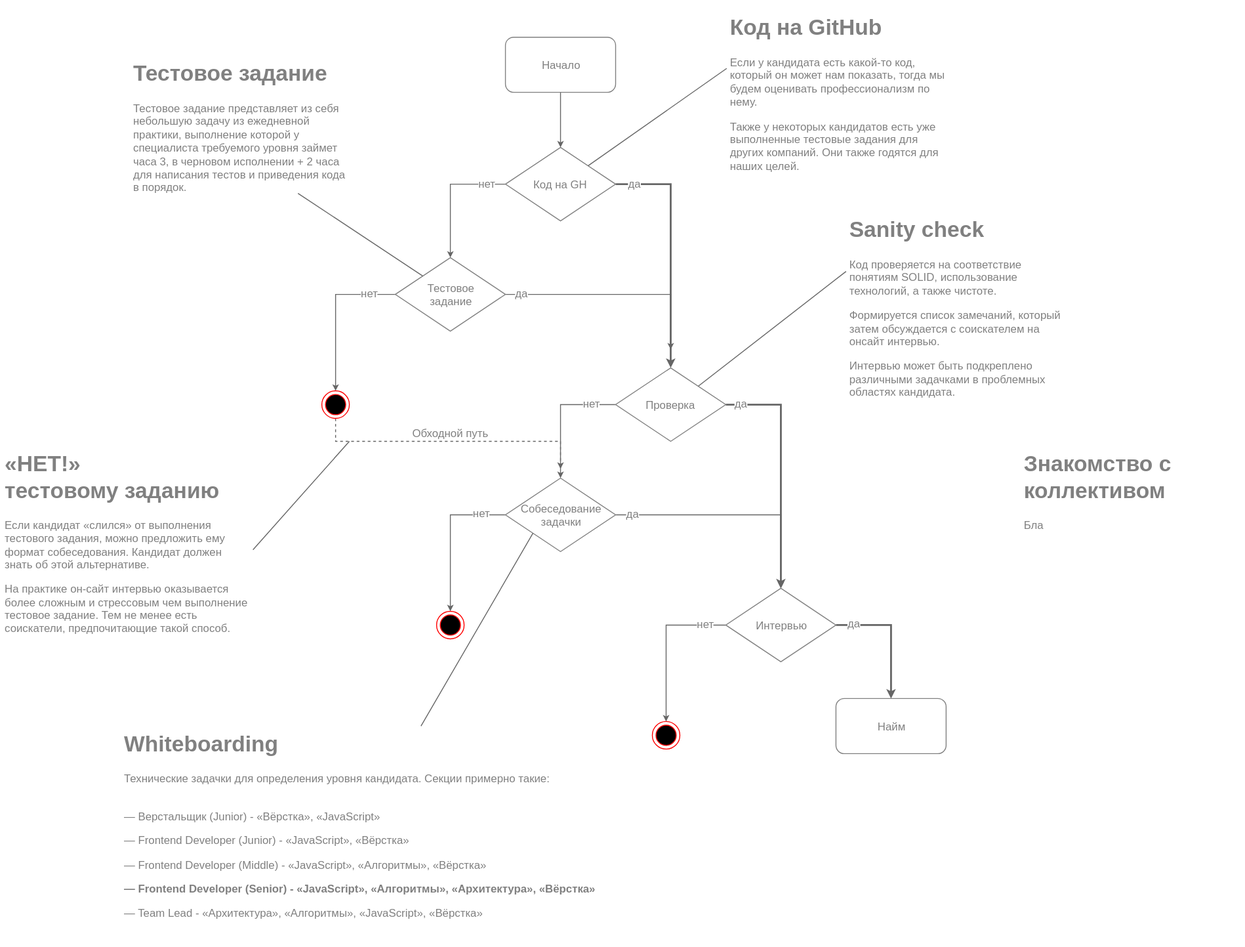
Above: hiring.svg in ajile/draw-io (draw.io), before the change. Source tidied: cells renumbered, new cells last; positions are measured from the earlier drawing's top-left corner, leaving out a move shared by most shapes.
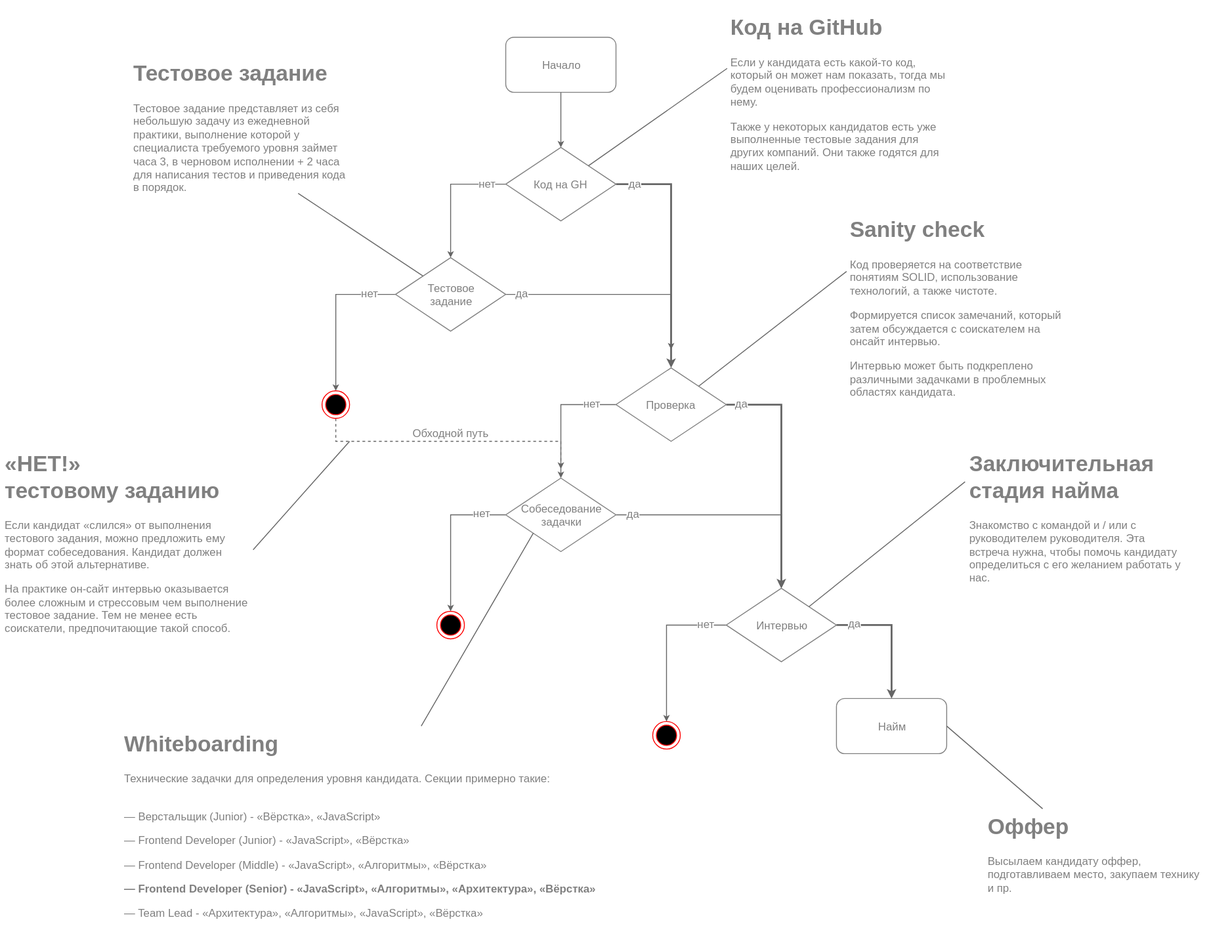
After the change.

The edit, as a diff of the source:
```diff
@@ -170,8 +170,8 @@
     <mxCell id="41" value="&lt;h1&gt;Whiteboarding&lt;/h1&gt;&lt;p&gt;Технические задачки для определения уровня кандидата. Секции примерно такие:&lt;br&gt;&lt;br&gt;&lt;/p&gt;&lt;p&gt;— Верстальщик (Junior) - «Вёрстка», «JavaScript»&lt;/p&gt;&lt;p&gt;— Frontend Developer (Junior) - «JavaScript», «Вёрстка»&lt;/p&gt;&lt;p&gt;— Frontend Developer (Middle) - «JavaScript», «Алгоритмы», «Вёрстка»&lt;/p&gt;&lt;p&gt;&lt;b&gt;— Frontend Developer (Senior) - «JavaScript», «Алгоритмы», «Архитектура», «Вёрстка»&lt;/b&gt;&lt;/p&gt;&lt;p&gt;— Team Lead - «Архитектура», «Алгоритмы», «JavaScript», «Вёрстка»&lt;/p&gt;&lt;div&gt;&lt;br&gt;&lt;/div&gt;" style="text;html=1;strokeColor=none;fillColor=none;spacing=5;spacingTop=-20;whiteSpace=wrap;overflow=hidden;fontSize=12;fontColor=#808080;align=left;" parent="1" vertex="1">
       <mxGeometry x="130" y="780" width="540" height="240" as="geometry" />
     </mxCell>
-    <mxCell id="42" value="&lt;h1&gt;Знакомство с коллективом&lt;/h1&gt;&lt;p&gt;Бла&lt;br&gt;&lt;/p&gt;" style="text;html=1;strokeColor=none;fillColor=none;spacing=5;spacingTop=-20;whiteSpace=wrap;overflow=hidden;fontSize=12;fontColor=#808080;align=left;" parent="1" vertex="1">
-      <mxGeometry x="1110" y="475" width="245" height="190" as="geometry" />
+    <mxCell id="42" value="&lt;h1&gt;Заключительная стадия найма&lt;/h1&gt;&lt;p&gt;Знакомство с командой и / или с руководителем руководителя. Эта встреча нужна, чтобы помочь кандидату определиться с его желанием работать у нас.&lt;br&gt;&lt;/p&gt;" style="text;html=1;strokeColor=none;fillColor=none;spacing=5;spacingTop=-20;whiteSpace=wrap;overflow=hidden;fontSize=12;fontColor=#808080;align=left;" parent="1" vertex="1">
+      <mxGeometry x="1050" y="475" width="245" height="155" as="geometry" />
     </mxCell>
     <mxCell id="43" style="edgeStyle=none;rounded=0;html=1;startSize=4;endArrow=none;endFill=0;endSize=4;jettySize=auto;strokeColor=#666666;strokeWidth=1;fontSize=12;fontColor=#808080;exitX=0.608;exitY=0;entryX=0;entryY=1;exitPerimeter=0;" parent="1" edge="1" source="41" target="23">
       <mxGeometry relative="1" as="geometry" />
@@ -182,5 +182,14 @@
     <mxCell id="45" style="rounded=0;html=1;entryX=1;entryY=0;startSize=4;endArrow=none;endFill=0;endSize=4;jettySize=auto;strokeColor=#666666;strokeWidth=1;fontSize=12;fontColor=#808080;exitX=0.004;exitY=0.31;exitPerimeter=0;" parent="1" edge="1" source="44" target="18">
       <mxGeometry relative="1" as="geometry" />
     </mxCell>
+    <mxCell id="46" style="rounded=0;html=1;entryX=1;entryY=0;startSize=4;endArrow=none;endFill=0;endSize=4;jettySize=auto;strokeColor=#666666;strokeWidth=1;fontSize=12;fontColor=#808080;exitX=0;exitY=0.25;" parent="1" edge="1" source="42" target="28">
+      <mxGeometry relative="1" as="geometry" />
+    </mxCell>
+    <mxCell id="47" style="edgeStyle=none;rounded=0;html=1;entryX=1;entryY=0.5;startSize=4;endArrow=none;endFill=0;endSize=4;jettySize=auto;strokeColor=#666666;strokeWidth=1;fontSize=12;fontColor=#808080;" parent="1" edge="1" source="48" target="34">
+      <mxGeometry relative="1" as="geometry" />
+    </mxCell>
+    <mxCell id="48" value="&lt;h1&gt;Оффер&lt;/h1&gt;&lt;p&gt;Высылаем кандидату оффер, подготавливаем место, закупаем технику и пр.&lt;/p&gt;" style="text;html=1;strokeColor=none;fillColor=none;spacing=5;spacingTop=-20;whiteSpace=wrap;overflow=hidden;fontSize=12;fontColor=#808080;align=left;" parent="1" vertex="1">
+      <mxGeometry x="1070" y="870" width="245" height="100" as="geometry" />
+    </mxCell>
   </root>
 </mxGraphModel>
```
